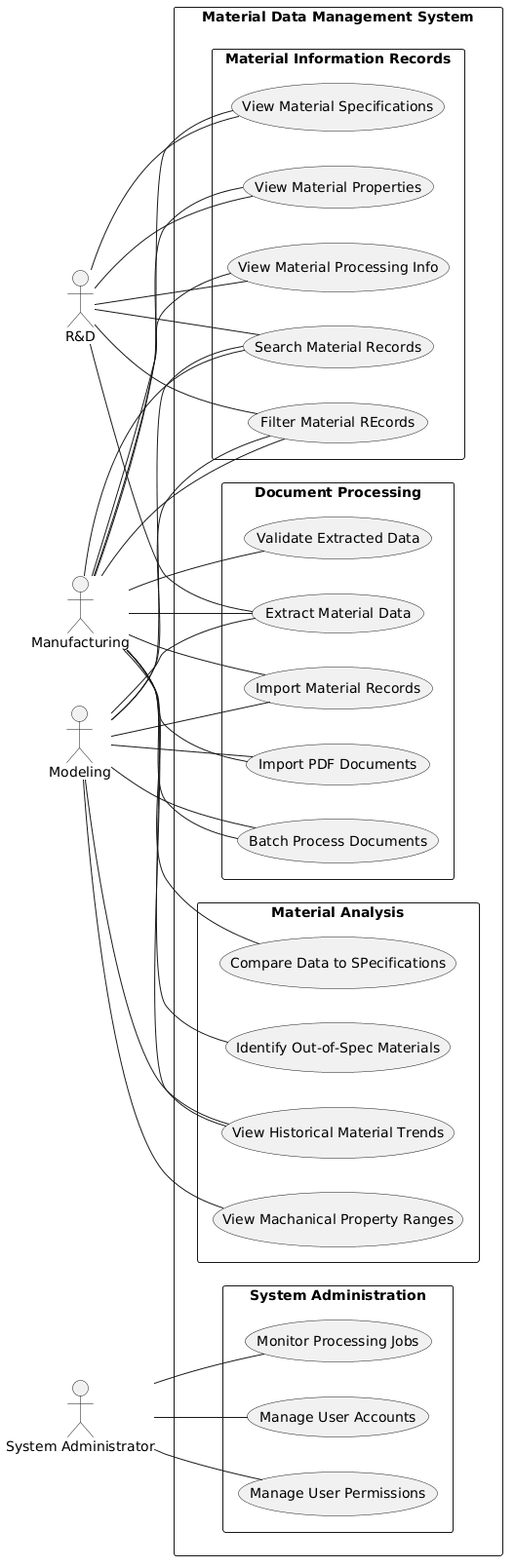
Earlier version of the PlantUML export docs/design/use-case.png (CPSC490-Team-Proj/CPSC490-G07-MightyMorphin).
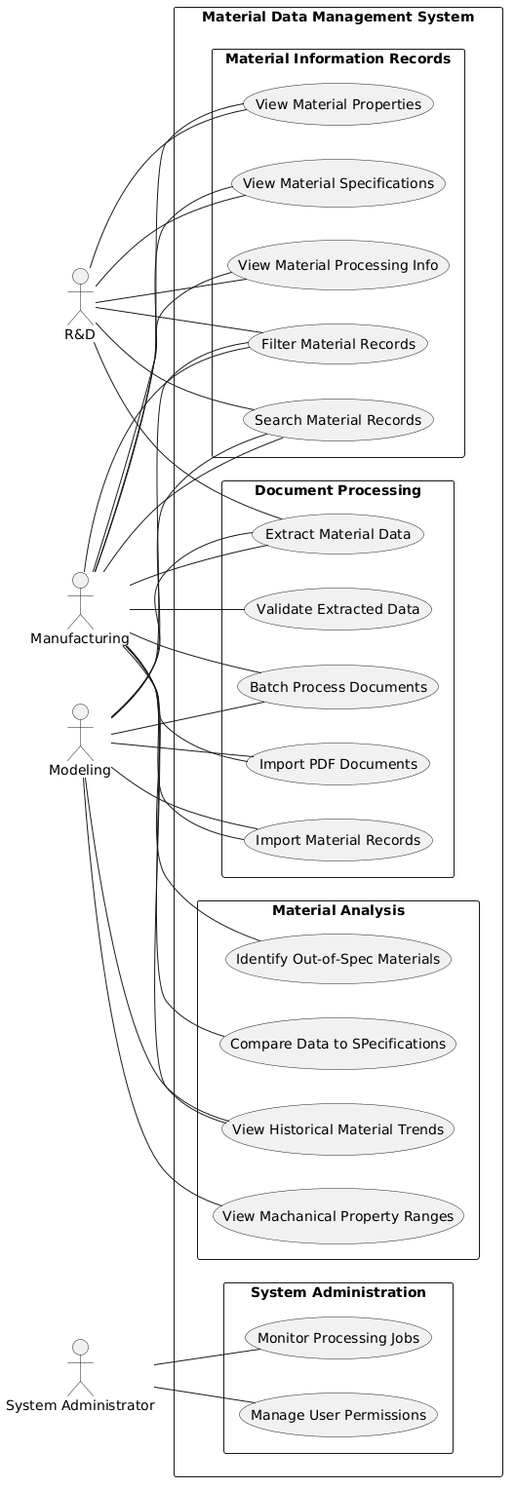
The same file after the commit.

Commit message:
docs: Fixed use case png with reviewer changes

Change to the diagram source:
```diff
@@ -22,7 +22,7 @@
 
   package "Material Information Records" {
     usecase "Search Material Records" as UC6
-    usecase "Filter Material REcords" as UC7
+    usecase "Filter Material Records" as UC7
     usecase "View Material Specifications" as UC8
     usecase "View Material Properties" as UC9
     usecase "View Material Processing Info" as UC10
@@ -36,9 +36,8 @@
   }
 
   package "System Administration" {
-    usecase "Manage User Accounts" as UC15
-    usecase "Manage User Permissions" as UC16
-    usecase "Monitor Processing Jobs" as UC17
+    usecase "Manage User Permissions" as UC15
+    usecase "Monitor Processing Jobs" as UC16
   }
 
 
@@ -76,5 +75,4 @@
 
 sysad -- UC15
 sysad -- UC16
-sysad -- UC17
 @enduml
```
